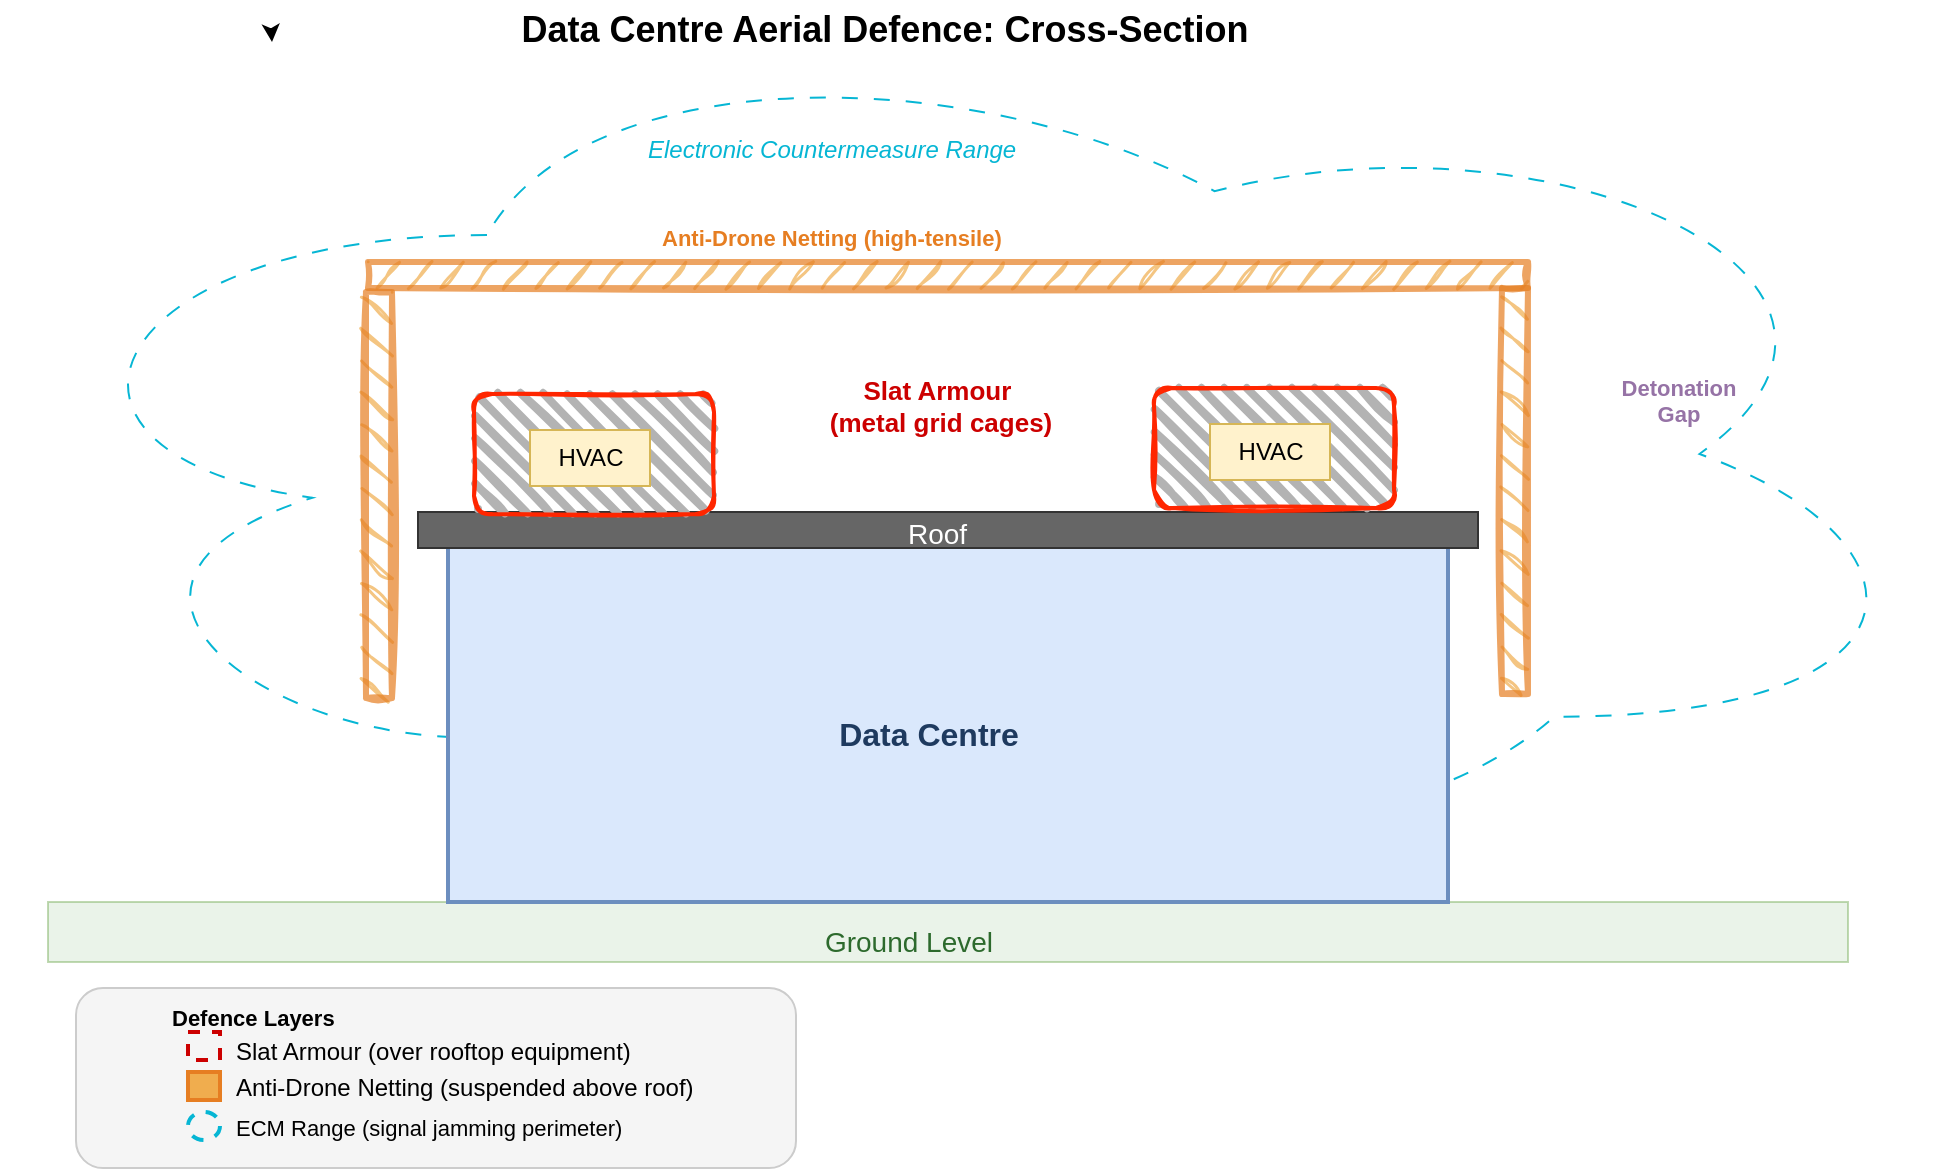
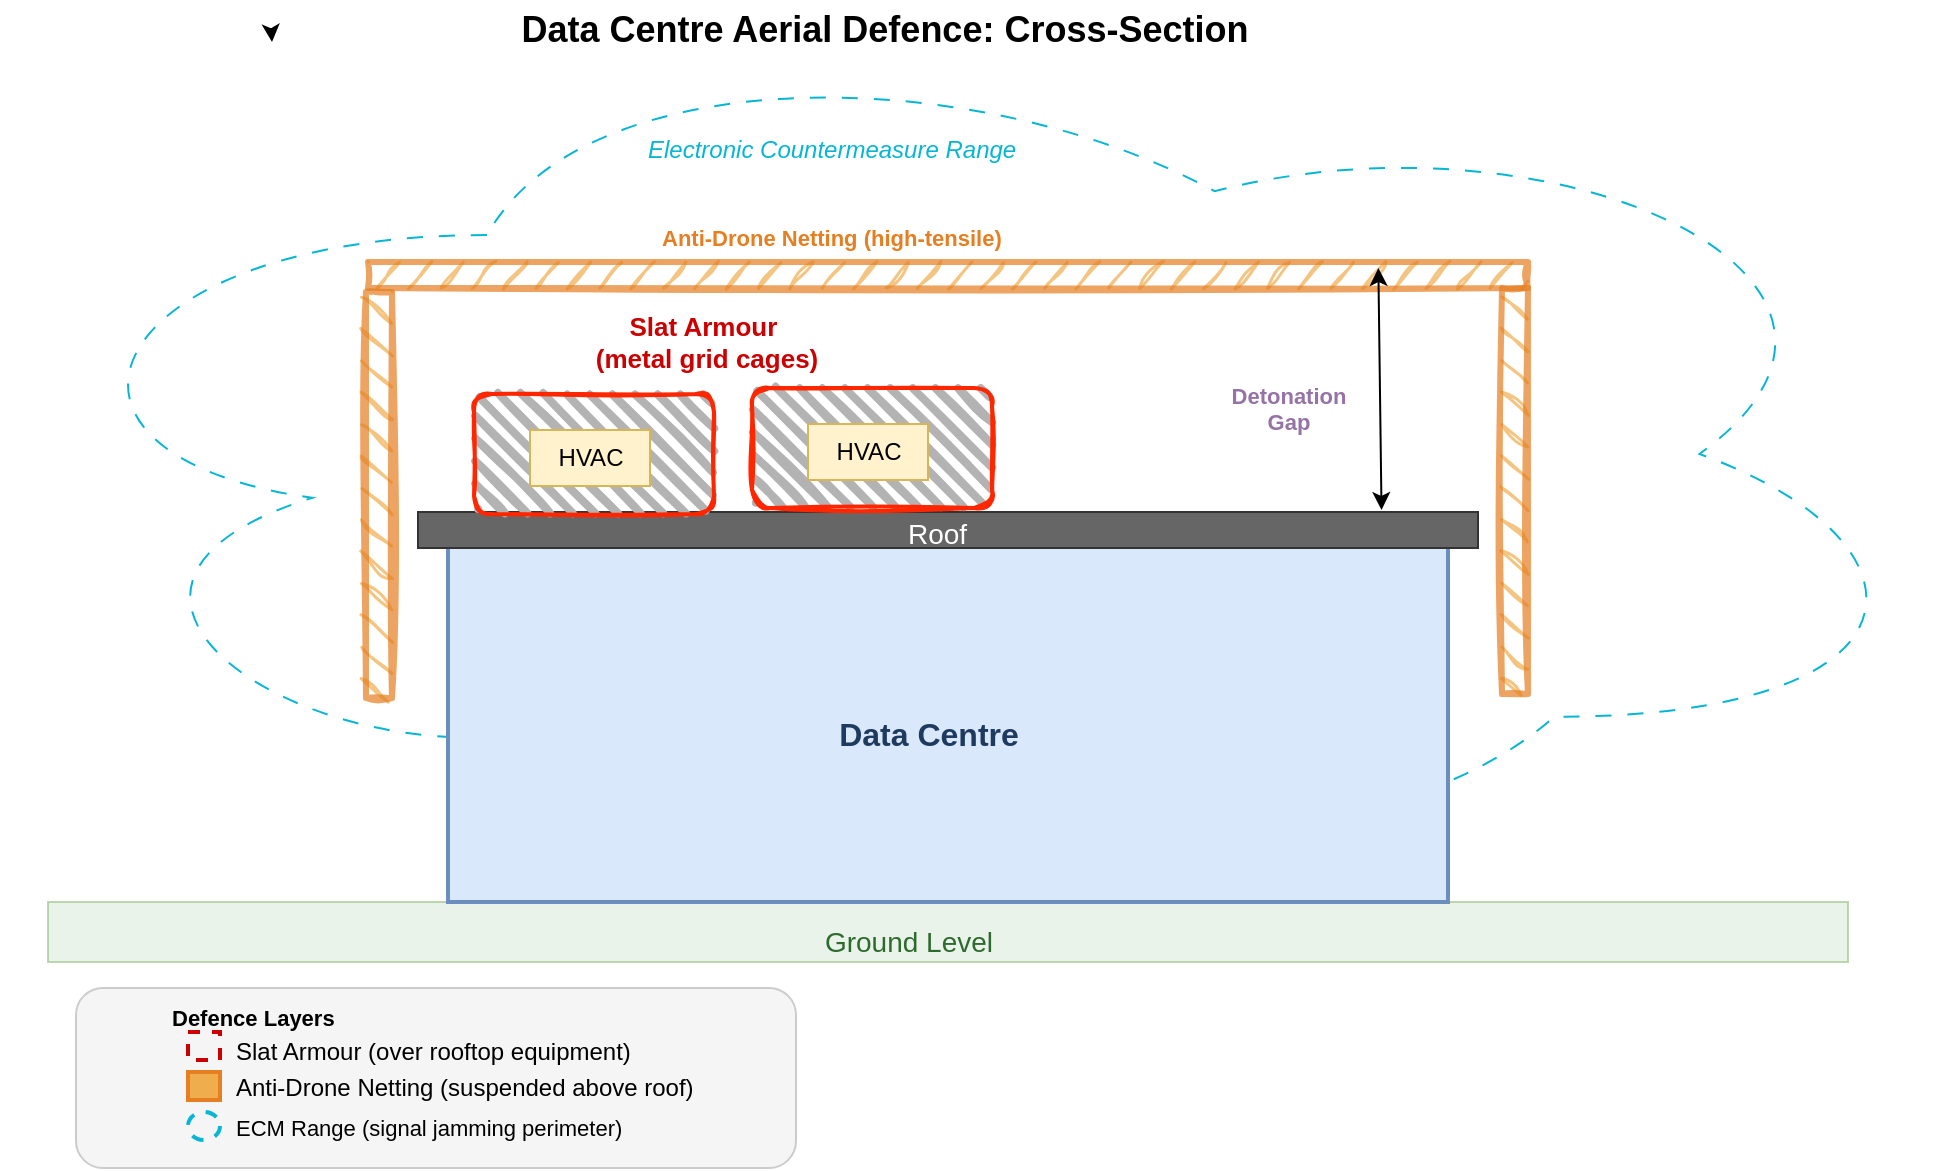
<mxfile host="app.diagrams.net">
  <diagram name="Page-1" id="-XgWl0ncvYKetk42WVlM">
    <mxGraphModel dx="1572" dy="722" grid="0" gridSize="10" guides="1" tooltips="1" connect="1" arrows="1" fold="1" page="0" pageScale="1" pageWidth="850" pageHeight="1100" math="0" shadow="0">
      <root>
        <mxCell id="0" />
        <mxCell id="1" parent="0" />
        <mxCell id="ER_TvKWzcX7ost7ZvcAW-1" parent="1" style="ellipse;shape=cloud;whiteSpace=wrap;html=1;strokeColor=#06B6D4;dashed=1;dashPattern=8 8;" value="" vertex="1">
          <mxGeometry height="438" width="970" x="-23" y="17" as="geometry" />
        </mxCell>
        <mxCell id="title" parent="1" style="text;html=1;fontSize=18;fontStyle=1;align=center;verticalAlign=middle;" value="Data Centre Aerial Defence: Cross-Section" vertex="1">
          <mxGeometry height="30" width="500" x="168" y="9" as="geometry" />
        </mxCell>
        <mxCell id="ecm_lbl" parent="1" style="text;html=1;fontSize=12;fontColor=#06b6d4;fontStyle=2;align=left;" value="Electronic Countermeasure Range" vertex="1">
          <mxGeometry height="20" width="250" x="298" y="70" as="geometry" />
        </mxCell>
        <mxCell id="ground" parent="1" style="rounded=0;fillColor=#d5e8d4;strokeColor=#82b366;opacity=50;" value="" vertex="1">
          <mxGeometry height="30" width="900" y="460" as="geometry" />
        </mxCell>
        <mxCell id="ground_lbl" parent="1" style="text;html=1;fontSize=14;fontColor=#2d6a2d;align=center;" value="Ground Level" vertex="1">
          <mxGeometry height="20" width="100" x="380" y="465" as="geometry" />
        </mxCell>
        <mxCell id="building" parent="1" style="rounded=0;fillColor=#dae8fc;strokeColor=#6c8ebf;strokeWidth=2;arcSize=5;" value="" vertex="1">
          <mxGeometry height="180" width="500" x="200" y="280" as="geometry" />
        </mxCell>
        <mxCell id="bldg_lbl" parent="1" style="text;html=1;fontSize=16;fontStyle=1;fontColor=#1e3a5f;align=center;" value="Data Centre" vertex="1">
          <mxGeometry height="24" width="120" x="380" y="360" as="geometry" />
        </mxCell>
        <mxCell id="roof" parent="1" style="rounded=0;fillColor=#666666;strokeColor=#333333;strokeWidth=1;" value="" vertex="1">
          <mxGeometry height="18" width="530" x="185" y="265" as="geometry" />
        </mxCell>
        <mxCell id="roof_lbl" parent="1" style="text;html=1;fontSize=14;fontColor=#FFFFFF;align=left;" value="Roof" vertex="1">
          <mxGeometry height="16" width="30" x="428" y="261" as="geometry" />
        </mxCell>
        <mxCell id="cage_lbl" parent="1" style="text;html=1;fontSize=13;fontColor=#cc0000;fontStyle=1;align=center;" value="&lt;div&gt;Slat Armour&amp;nbsp;&lt;/div&gt;&lt;div&gt;(metal grid cages)&lt;/div&gt;" vertex="1">
-           <mxGeometry height="16" width="132" x="380" y="190" as="geometry" />
+           <mxGeometry height="16" width="132" x="263" y="158" as="geometry" />
        </mxCell>
        <mxCell id="netting" parent="1" style="rounded=0;fillColor=#f0ad4e;strokeColor=#e67e22;strokeWidth=3;opacity=70;sketch=1;curveFitting=1;jiggle=2;" value="" vertex="1">
          <mxGeometry height="13" width="580" x="160" y="140" as="geometry" />
        </mxCell>
        <mxCell id="net_lbl" parent="1" style="text;html=1;fontSize=11;fontColor=#e67e22;fontStyle=1;align=left;" value="Anti-Drone Netting (high-tensile)" vertex="1">
          <mxGeometry height="18" width="240" x="305" y="115" as="geometry" />
        </mxCell>
        <mxCell id="gap_arrow" parent="1" style="shape=flexArrow;fillColor=#9673a6;strokeColor=#9673a6;startWidth=4;endWidth=4;startSize=4;endSize=4;html=1;" value="" vertex="1">
          <mxGeometry height="115" width="10" x="760" y="148" as="geometry" />
        </mxCell>
        <mxCell id="gap_lbl" parent="1" style="text;html=1;fontSize=11;fontColor=#9673a6;fontStyle=1;align=center;" value="Detonation&#xa;Gap" vertex="1">
-           <mxGeometry height="30" width="80" x="775" y="190" as="geometry" />
+           <mxGeometry height="30" width="80" x="580" y="194" as="geometry" />
        </mxCell>
        <mxCell id="legend_bg" parent="1" style="rounded=1;fillColor=#f5f5f5;strokeColor=#cccccc;strokeWidth=1;fontSize=13;" value="" vertex="1">
          <mxGeometry height="90" width="360" x="14" y="503" as="geometry" />
        </mxCell>
        <mxCell id="leg_title" parent="1" style="text;html=1;fontSize=11;fontStyle=1;align=left;" value="Defence Layers" vertex="1">
          <mxGeometry height="16" width="120" x="60" y="505" as="geometry" />
        </mxCell>
        <mxCell id="leg1_box" parent="1" style="rounded=0;fillColor=none;strokeColor=#cc0000;strokeWidth=2;dashed=1;" value="" vertex="1">
          <mxGeometry height="14" width="16" x="70" y="525" as="geometry" />
        </mxCell>
        <mxCell id="leg1_txt" parent="1" style="text;html=1;fontSize=12;align=left;" value="Slat Armour (over rooftop equipment)" vertex="1">
          <mxGeometry height="14" width="250" x="92" y="521" as="geometry" />
        </mxCell>
        <mxCell id="leg2_box" parent="1" style="rounded=0;fillColor=#f0ad4e;strokeColor=#e67e22;strokeWidth=2;" value="" vertex="1">
          <mxGeometry height="14" width="16" x="70" y="545" as="geometry" />
        </mxCell>
        <mxCell id="leg2_txt" parent="1" style="text;html=1;fontSize=12;align=left;" value="Anti-Drone Netting (suspended above roof)" vertex="1">
          <mxGeometry height="14" width="280" x="92" y="539" as="geometry" />
        </mxCell>
        <mxCell id="leg3_box" parent="1" style="ellipse;fillColor=none;strokeColor=#06b6d4;strokeWidth=2;dashed=1;" value="" vertex="1">
          <mxGeometry height="14" width="16" x="70" y="565" as="geometry" />
        </mxCell>
        <mxCell id="leg3_txt" parent="1" style="text;html=1;fontSize=11;align=left;" value="ECM Range (signal jamming perimeter)" vertex="1">
          <mxGeometry height="14" width="260" x="92" y="560" as="geometry" />
        </mxCell>
        <mxCell id="ER_TvKWzcX7ost7ZvcAW-7" edge="1" parent="1" style="edgeStyle=orthogonalEdgeStyle;rounded=0;orthogonalLoop=1;jettySize=auto;html=1;exitX=1;exitY=0;exitDx=0;exitDy=0;entryX=0.76;entryY=0.425;entryDx=0;entryDy=0;entryPerimeter=0;">
          <mxGeometry relative="1" as="geometry">
            <mxPoint x="111.5" y="23" as="sourcePoint" />
            <mxPoint x="112" y="30" as="targetPoint" />
          </mxGeometry>
        </mxCell>
        <mxCell id="ER_TvKWzcX7ost7ZvcAW-9" connectable="0" parent="1" style="group" value="" vertex="1">
          <mxGeometry height="60" width="120" x="213" y="206" as="geometry" />
        </mxCell>
        <mxCell id="ER_TvKWzcX7ost7ZvcAW-8" parent="ER_TvKWzcX7ost7ZvcAW-9" style="rounded=1;whiteSpace=wrap;html=1;strokeWidth=2;fillWeight=4;hachureGap=8;hachureAngle=45;fillColor=#B3B3B3;sketch=1;strokeColor=light-dark(#ff2600, #ededed);" value="" vertex="1">
          <mxGeometry height="60" width="120" as="geometry" />
        </mxCell>
        <mxCell id="hvac1" parent="ER_TvKWzcX7ost7ZvcAW-9" style="rounded=0;fillColor=#fff2cc;strokeColor=#d6b656;strokeWidth=1;fontSize=12;verticalAlign=middle;html=1;" value="HVAC" vertex="1">
          <mxGeometry height="28" width="60" x="28" y="18" as="geometry" />
        </mxCell>
        <mxCell id="ER_TvKWzcX7ost7ZvcAW-11" connectable="0" parent="1" style="group" value="" vertex="1">
-           <mxGeometry height="60" width="120" x="553" y="203" as="geometry" />
+           <mxGeometry height="60" width="120" x="352" y="203" as="geometry" />
        </mxCell>
        <mxCell id="ER_TvKWzcX7ost7ZvcAW-12" parent="ER_TvKWzcX7ost7ZvcAW-11" style="rounded=1;whiteSpace=wrap;html=1;strokeWidth=2;fillWeight=4;hachureGap=8;hachureAngle=45;fillColor=#B3B3B3;sketch=1;strokeColor=light-dark(#ff2600, #ededed);" value="" vertex="1">
          <mxGeometry height="60" width="120" as="geometry" />
        </mxCell>
        <mxCell id="ER_TvKWzcX7ost7ZvcAW-13" parent="ER_TvKWzcX7ost7ZvcAW-11" style="rounded=0;fillColor=#fff2cc;strokeColor=#d6b656;strokeWidth=1;fontSize=12;verticalAlign=middle;html=1;" value="HVAC" vertex="1">
          <mxGeometry height="28" width="60" x="28" y="18" as="geometry" />
        </mxCell>
        <mxCell id="ER_TvKWzcX7ost7ZvcAW-14" parent="1" style="rounded=0;fillColor=#f0ad4e;strokeColor=#e67e22;strokeWidth=3;opacity=70;rotation=90;sketch=1;curveFitting=1;jiggle=2;" value="" vertex="1">
          <mxGeometry height="13" width="203" x="64" y="250" as="geometry" />
        </mxCell>
        <mxCell id="ER_TvKWzcX7ost7ZvcAW-15" parent="1" style="rounded=0;fillColor=#f0ad4e;strokeColor=#e67e22;strokeWidth=3;opacity=70;rotation=90;sketch=1;curveFitting=1;jiggle=2;" value="" vertex="1">
          <mxGeometry height="13" width="203" x="632" y="248" as="geometry" />
        </mxCell>
+         <mxCell id="ER_TvKWzcX7ost7ZvcAW-17" edge="1" parent="1" source="roof" style="endArrow=classic;startArrow=classic;html=1;rounded=0;exitX=0.909;exitY=-0.056;exitDx=0;exitDy=0;exitPerimeter=0;entryX=0.871;entryY=0.231;entryDx=0;entryDy=0;entryPerimeter=0;" target="netting" value="">
+           <mxGeometry height="50" relative="1" width="50" as="geometry">
+             <mxPoint x="612" y="220" as="sourcePoint" />
+             <mxPoint x="662" y="170" as="targetPoint" />
+           </mxGeometry>
+         </mxCell>
      </root>
    </mxGraphModel>
  </diagram>
</mxfile>
